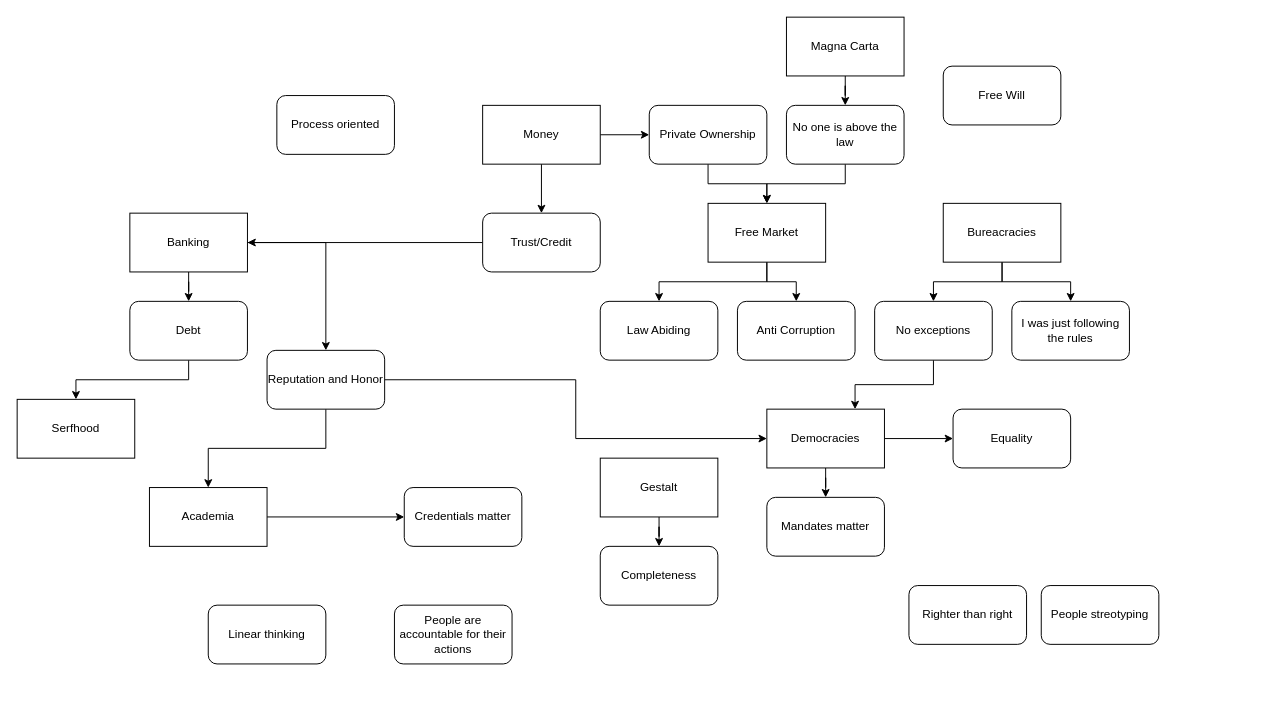
This is memespace_legal.drawio from codeaudit/1, a draw.io file, before an edit. Source tidied: cells renumbered, new cells numbered last; positions are measured from the earlier drawing's top-left corner, leaving out a move shared by most shapes. Both pictures are drawn from the tidied source at 98%, with x=0, y=0 at pixel (17, 17).
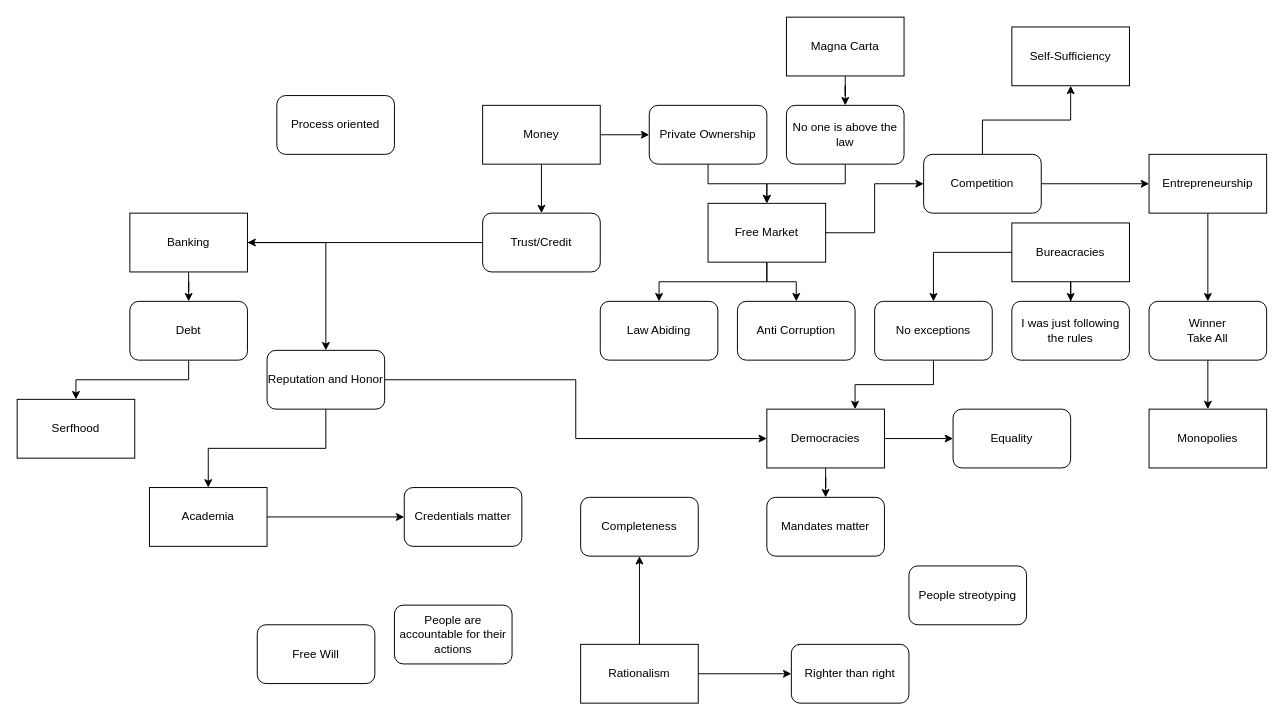
The same page after the edit.

Unchanged cells that the change refers to:
```xml
<mxCell id="32" value="Free Market" style="rounded=0;whiteSpace=wrap;html=1;" parent="1" vertex="1">
  <mxGeometry x="705" y="190" width="120" height="60" as="geometry" />
</mxCell>
```

The edit, as a diff of the source:
```diff
@@
-    <mxCell id="5" value="Linear thinking" style="rounded=1;whiteSpace=wrap;html=1;" parent="1" vertex="1">
-      <mxGeometry x="195" y="600" width="120" height="60" as="geometry" />
-    </mxCell>
@@
     <mxCell id="8" value="People streotyping" style="rounded=1;whiteSpace=wrap;html=1;" parent="1" vertex="1">
-      <mxGeometry x="1045" y="580" width="120" height="60" as="geometry" />
+      <mxGeometry x="910" y="560" width="120" height="60" as="geometry" />
     </mxCell>
     <mxCell id="9" value="Completeness" style="rounded=1;whiteSpace=wrap;html=1;" parent="1" vertex="1">
-      <mxGeometry x="595" y="540" width="120" height="60" as="geometry" />
+      <mxGeometry x="575" y="490" width="120" height="60" as="geometry" />
     </mxCell>
@@
     <mxCell id="15" value="Righter than right" style="rounded=1;whiteSpace=wrap;html=1;" parent="1" vertex="1">
-      <mxGeometry x="910" y="580" width="120" height="60" as="geometry" />
+      <mxGeometry x="790" y="640" width="120" height="60" as="geometry" />
     </mxCell>
@@
-    <mxCell id="20" style="edgeStyle=orthogonalEdgeStyle;rounded=0;jettySize=auto;html=1;" parent="1" edge="1" source="21" target="9">
-      <mxGeometry relative="1" as="geometry" />
-    </mxCell>
-    <mxCell id="21" value="Gestalt" style="rounded=0;whiteSpace=wrap;html=1;" parent="1" vertex="1">
-      <mxGeometry x="595" y="450" width="120" height="60" as="geometry" />
-    </mxCell>
@@
     <mxCell id="24" value="Bureacracies" style="rounded=0;whiteSpace=wrap;html=1;" parent="1" vertex="1">
-      <mxGeometry x="945" y="190" width="120" height="60" as="geometry" />
+      <mxGeometry x="1015" y="210" width="120" height="60" as="geometry" />
     </mxCell>
@@
+    <mxCell id="50" style="edgeStyle=orthogonalEdgeStyle;rounded=0;jettySize=auto;html=1;" parent="1" edge="1" source="32" target="58">
+      <mxGeometry relative="1" as="geometry" />
+    </mxCell>
@@
     <mxCell id="41" value="Free Will" style="rounded=1;whiteSpace=wrap;html=1;" parent="1" vertex="1">
-      <mxGeometry x="945" y="50" width="120" height="60" as="geometry" />
+      <mxGeometry x="245" y="620" width="120" height="60" as="geometry" />
     </mxCell>
@@
+    <mxCell id="51" style="edgeStyle=orthogonalEdgeStyle;rounded=0;jettySize=auto;html=1;" parent="1" edge="1" source="53" target="15">
+      <mxGeometry relative="1" as="geometry" />
+    </mxCell>
+    <mxCell id="52" style="edgeStyle=orthogonalEdgeStyle;rounded=0;jettySize=auto;html=1;" parent="1" edge="1" source="53" target="9">
+      <mxGeometry relative="1" as="geometry" />
+    </mxCell>
+    <mxCell id="53" value="Rationalism" style="rounded=0;whiteSpace=wrap;html=1;" parent="1" vertex="1">
+      <mxGeometry x="575" y="640" width="120" height="60" as="geometry" />
+    </mxCell>
+    <mxCell id="54" style="edgeStyle=orthogonalEdgeStyle;rounded=0;jettySize=auto;html=1;" parent="1" edge="1" source="55" target="60">
+      <mxGeometry relative="1" as="geometry" />
+    </mxCell>
+    <mxCell id="55" value="Entrepreneurship" style="rounded=0;whiteSpace=wrap;html=1;" parent="1" vertex="1">
+      <mxGeometry x="1155" y="140" width="120" height="60" as="geometry" />
+    </mxCell>
+    <mxCell id="56" style="edgeStyle=orthogonalEdgeStyle;rounded=0;jettySize=auto;html=1;" parent="1" edge="1" source="58" target="55">
+      <mxGeometry relative="1" as="geometry" />
+    </mxCell>
+    <mxCell id="57" style="edgeStyle=orthogonalEdgeStyle;rounded=0;jettySize=auto;html=1;" parent="1" edge="1" source="58" target="62">
+      <mxGeometry relative="1" as="geometry" />
+    </mxCell>
+    <mxCell id="58" value="Competition" style="rounded=1;whiteSpace=wrap;html=1;" parent="1" vertex="1">
+      <mxGeometry x="925" y="140" width="120" height="60" as="geometry" />
+    </mxCell>
+    <mxCell id="59" style="edgeStyle=orthogonalEdgeStyle;rounded=0;jettySize=auto;html=1;" parent="1" edge="1" source="60" target="61">
+      <mxGeometry relative="1" as="geometry" />
+    </mxCell>
+    <mxCell id="60" value="Winner&lt;br&gt;Take All" style="rounded=1;whiteSpace=wrap;html=1;" parent="1" vertex="1">
+      <mxGeometry x="1155" y="290" width="120" height="60" as="geometry" />
+    </mxCell>
+    <mxCell id="61" value="Monopolies" style="rounded=0;whiteSpace=wrap;html=1;" parent="1" vertex="1">
+      <mxGeometry x="1155" y="400" width="120" height="60" as="geometry" />
+    </mxCell>
+    <mxCell id="62" value="Self-Sufficiency" style="rounded=0;whiteSpace=wrap;html=1;" parent="1" vertex="1">
+      <mxGeometry x="1015" y="10" width="120" height="60" as="geometry" />
+    </mxCell>
```
